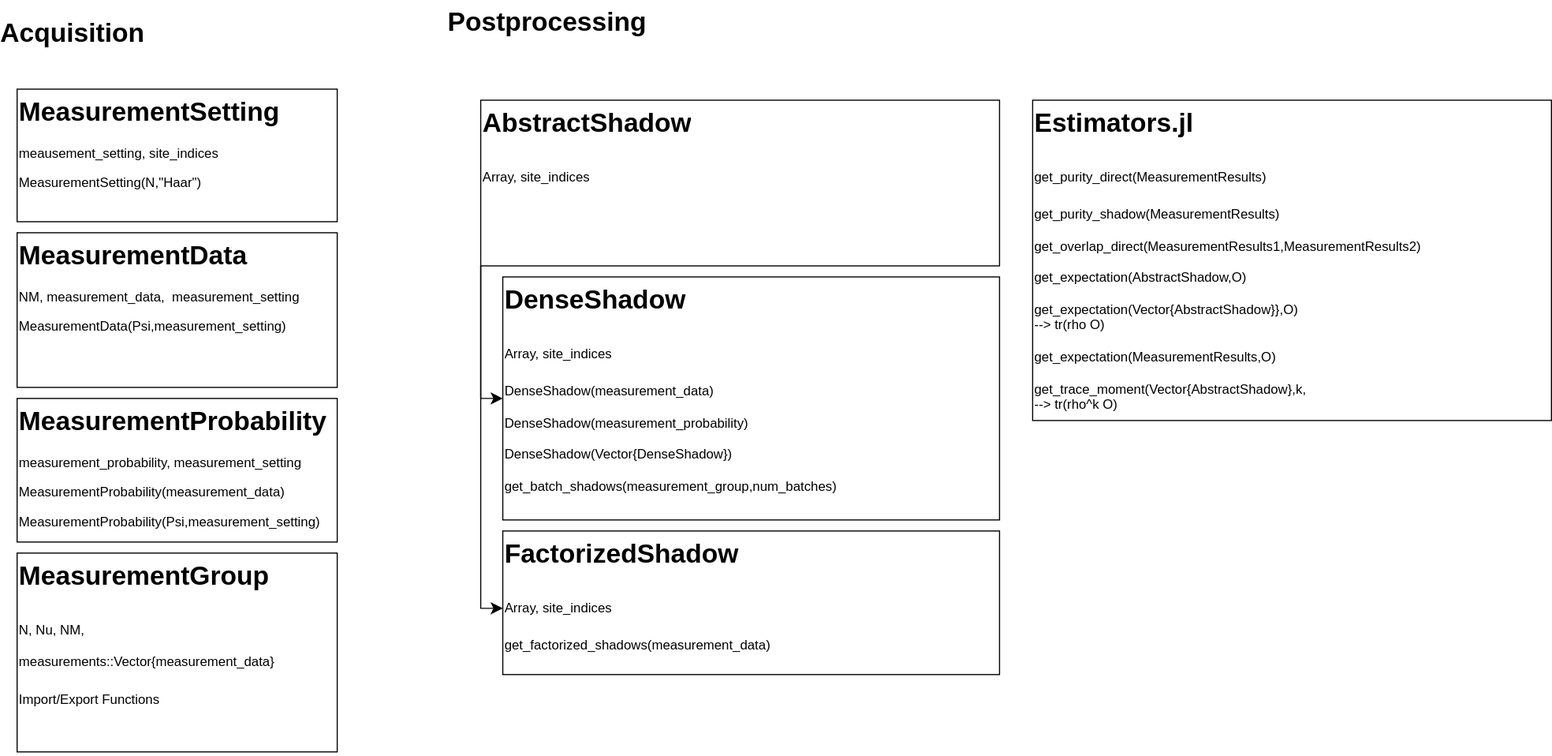
bvermersch/RandomMeas.jl keeps this draw.io diagram as StructureRandomMeas.drawio.svg. Above is the earlier version. Source tidied: cells renumbered, new cells last; positions are measured from the earlier drawing's top-left corner, leaving out a move shared by most shapes.
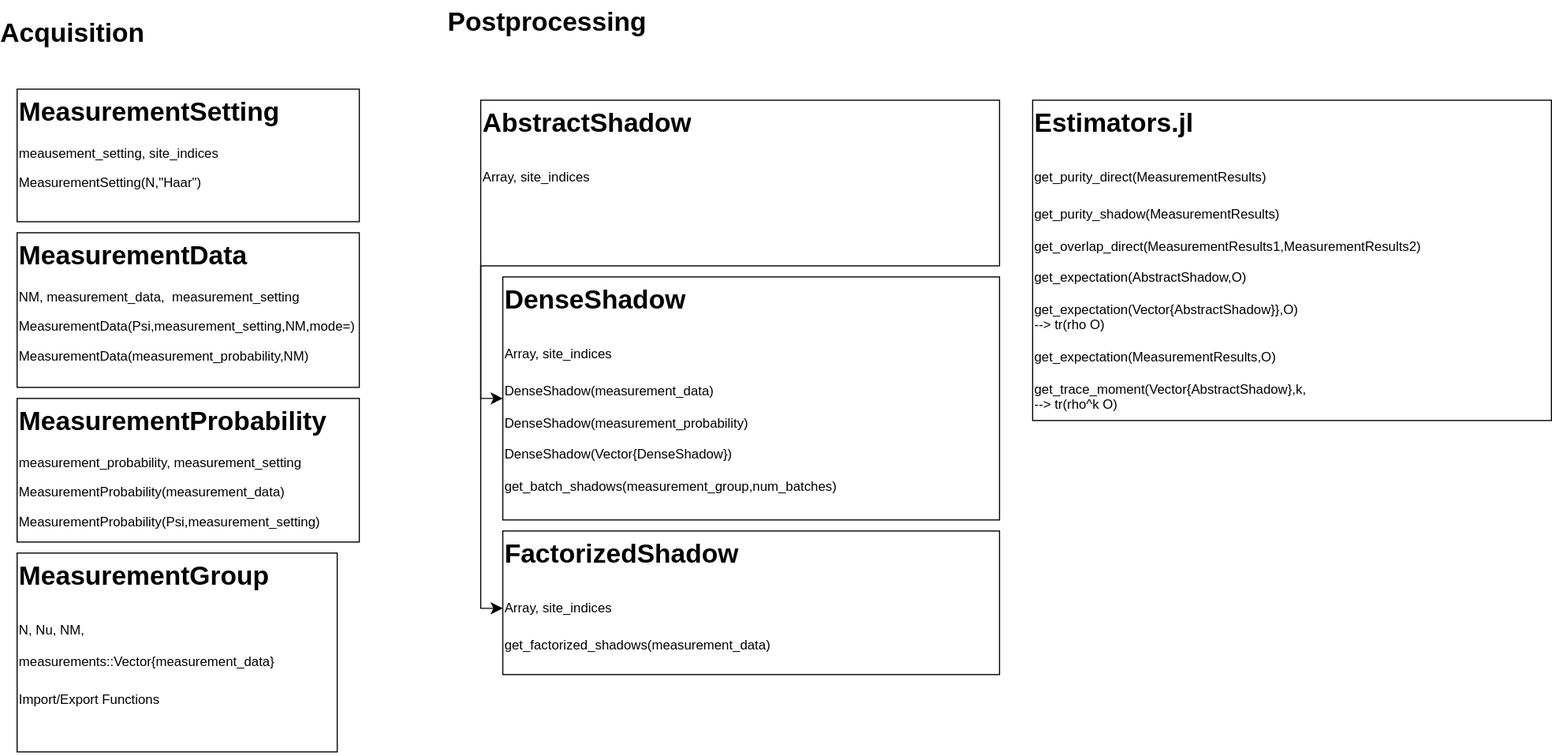
After the change.

Commit message:
moved acquisition into measurement_data

What changed in the source:
```diff
@@ -2,14 +2,14 @@
   <root>
     <mxCell id="0" />
     <mxCell id="1" parent="0" />
-    <mxCell id="2" value="&lt;h1 style=&quot;margin-top: 0px;&quot;&gt;MeasurementData&lt;/h1&gt;NM,&lt;span style=&quot;background-color: initial;&quot;&gt;measurement_data,&amp;nbsp; measurement_setting&lt;/span&gt;&lt;br&gt;&lt;p&gt;MeasurementData(Psi,measurement_setting)&lt;/p&gt;&lt;p&gt;&lt;br&gt;&lt;/p&gt;&lt;p&gt;&lt;br&gt;&lt;/p&gt;" style="text;html=1;whiteSpace=wrap;overflow=hidden;rounded=0;strokeColor=default;" parent="1" vertex="1">
-      <mxGeometry y="210" width="290" height="140" as="geometry" />
+    <mxCell id="2" value="&lt;h1 style=&quot;margin-top: 0px;&quot;&gt;MeasurementData&lt;/h1&gt;NM,&lt;span style=&quot;background-color: initial;&quot;&gt;measurement_data,&amp;nbsp; measurement_setting&lt;/span&gt;&lt;br&gt;&lt;p&gt;MeasurementData(Psi,measurement_setting,NM,mode=)&lt;/p&gt;&lt;p&gt;MeasurementData(measurement_probability,NM)&lt;/p&gt;&lt;p&gt;&lt;br&gt;&lt;/p&gt;&lt;p&gt;&lt;br&gt;&lt;/p&gt;" style="text;html=1;whiteSpace=wrap;overflow=hidden;rounded=0;strokeColor=default;" parent="1" vertex="1">
+      <mxGeometry y="210" width="310" height="140" as="geometry" />
     </mxCell>
     <mxCell id="3" value="&lt;h1 style=&quot;margin-top: 0px;&quot;&gt;MeasurementSetting&lt;/h1&gt;&lt;p&gt;meausement_setting, site_indices&lt;/p&gt;&lt;p&gt;MeasurementSetting(N,&quot;Haar&quot;)&lt;/p&gt;&lt;p&gt;&lt;br&gt;&lt;/p&gt;&lt;p&gt;&lt;br&gt;&lt;/p&gt;" style="text;html=1;whiteSpace=wrap;overflow=hidden;rounded=0;strokeColor=default;" parent="1" vertex="1">
-      <mxGeometry y="80" width="290" height="120" as="geometry" />
+      <mxGeometry y="80" width="310" height="120" as="geometry" />
     </mxCell>
     <mxCell id="4" value="&lt;h1 style=&quot;margin-top: 0px;&quot;&gt;MeasurementProbability&lt;/h1&gt;&lt;p&gt;measurement_probability, measurement_setting&lt;/p&gt;&lt;p&gt;MeasurementProbability(measurement_data)&lt;/p&gt;&lt;p&gt;MeasurementProbability(Psi,measurement_setting)&lt;/p&gt;" style="text;html=1;whiteSpace=wrap;overflow=hidden;rounded=0;strokeColor=default;" parent="1" vertex="1">
-      <mxGeometry y="360" width="290" height="130" as="geometry" />
+      <mxGeometry y="360" width="310" height="130" as="geometry" />
     </mxCell>
     <mxCell id="5" value="&lt;h1 style=&quot;margin-top: 0px;&quot;&gt;&lt;span style=&quot;background-color: transparent; color: light-dark(rgb(0, 0, 0), rgb(255, 255, 255));&quot;&gt;DenseShadow&lt;/span&gt;&lt;/h1&gt;&lt;h1 style=&quot;margin-top: 0px;&quot;&gt;&lt;span style=&quot;background-color: transparent; color: light-dark(rgb(0, 0, 0), rgb(255, 255, 255)); font-size: 12px; font-weight: normal;&quot;&gt;Array, site_indices&lt;/span&gt;&lt;/h1&gt;&lt;div&gt;DenseShadow(measurement_data)&lt;/div&gt;&lt;div&gt;&lt;br&gt;&lt;/div&gt;&lt;div&gt;DenseShadow(measurement_probability)&lt;/div&gt;&lt;div&gt;&lt;br&gt;&lt;/div&gt;&lt;div&gt;DenseShadow(Vector{DenseShadow})&lt;/div&gt;&lt;div&gt;&lt;br&gt;&lt;/div&gt;&lt;div&gt;get_batch_shadows(measurement_group,num_batches)&lt;/div&gt;&lt;div&gt;&lt;br&gt;&lt;/div&gt;" style="text;html=1;whiteSpace=wrap;overflow=hidden;rounded=0;strokeColor=default;" parent="1" vertex="1">
       <mxGeometry x="440" y="250" width="450" height="220" as="geometry" />
```
